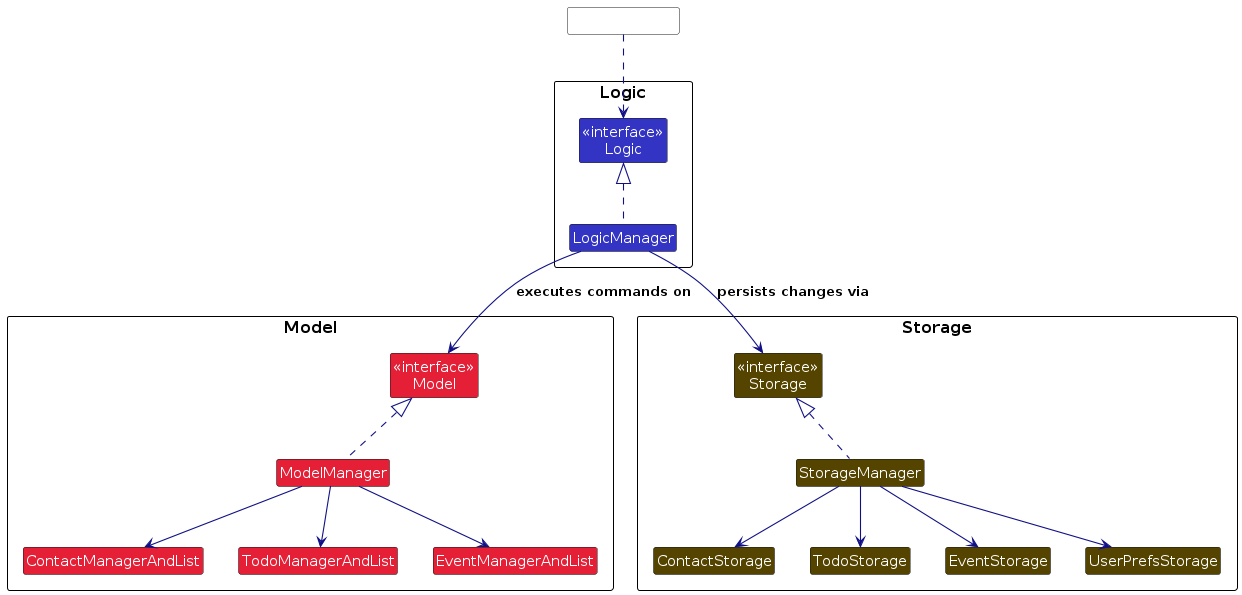
Before: diagrams/ComponentManagers.png, a diagram exported from PlantUML (AY2425S2-CS2103-F08-4/tp). Its source is kept beside it as diagrams/ComponentManagers.puml.
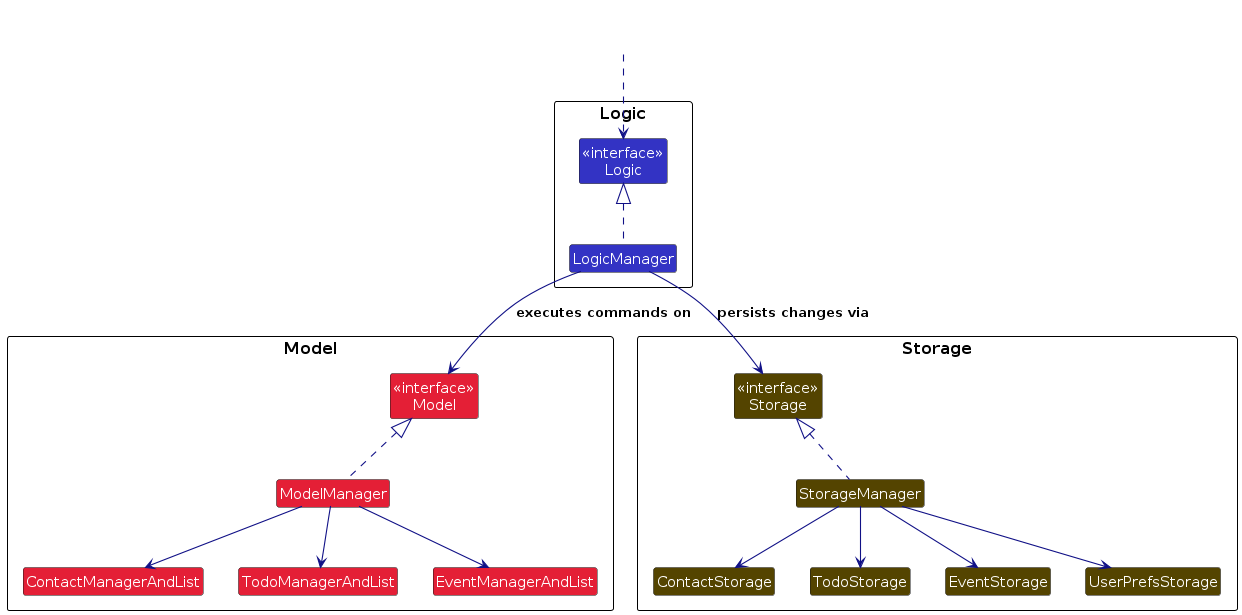
The same file after the commit.

What changed in the source:
```diff
@@ -1,4 +1,5 @@
 @startuml
+allowmixing
 !include style.puml
 skinparam arrowThickness 1.1
 skinparam arrowColor LOGIC_COLOR_T4
@@ -26,7 +27,7 @@
 Class "UserPrefsStorage" as UserPrefsStorage STORAGE_COLOR_T2
 }
 
-Class HiddenOutside #FFFFFF
+Cloud HiddenOutside #FFFFFF
 HiddenOutside ..> Logic
 
 LogicManager .up.|> Logic
```
